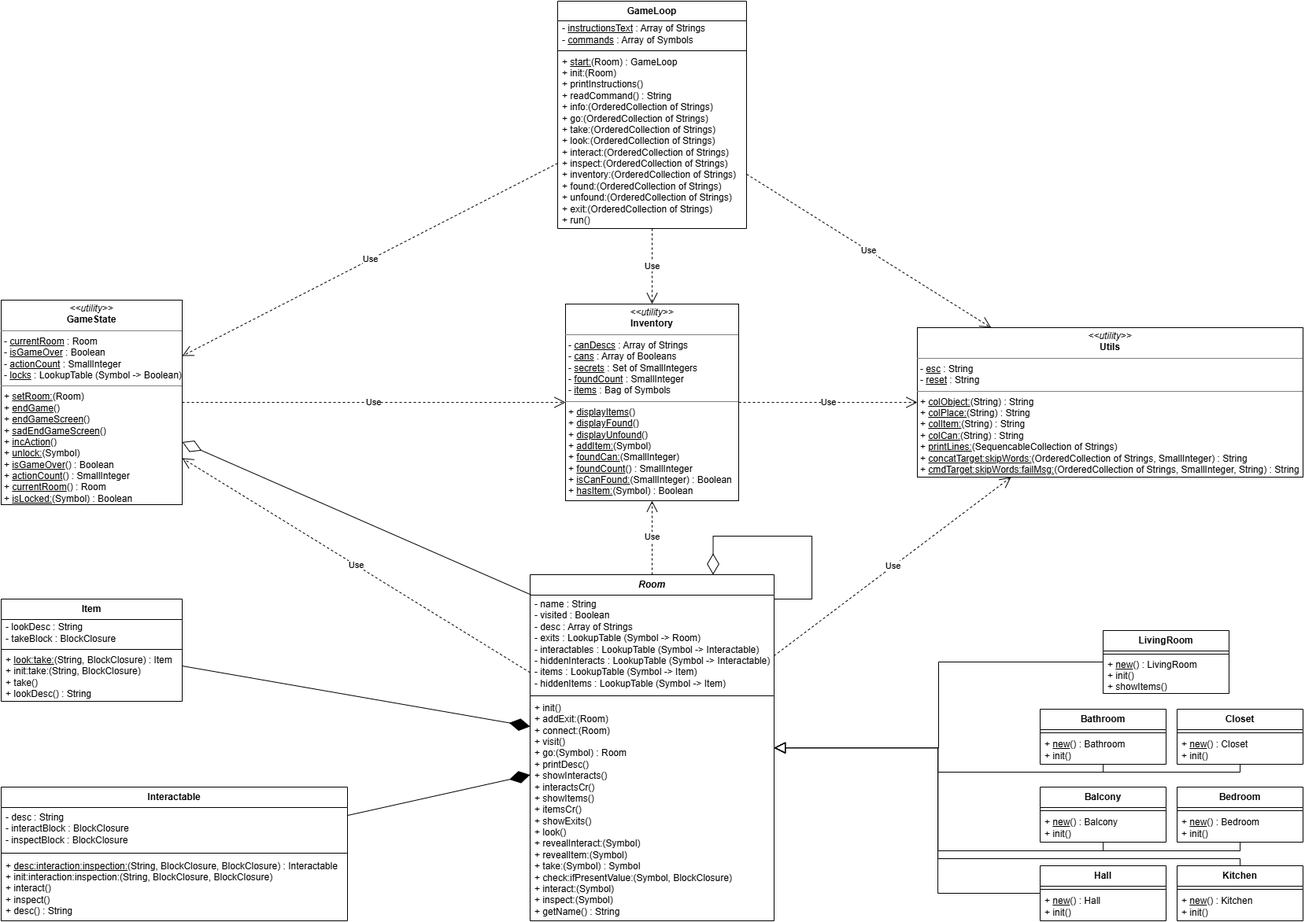
Earlier version of the draw.io export PARP_Diagram_Klas.png (Silent-Desktop/PARP26L-text-adventure). Source tidied: cells renumbered, new cells last; positions are measured from the earlier drawing's top-left corner, leaving out a move shared by most shapes.
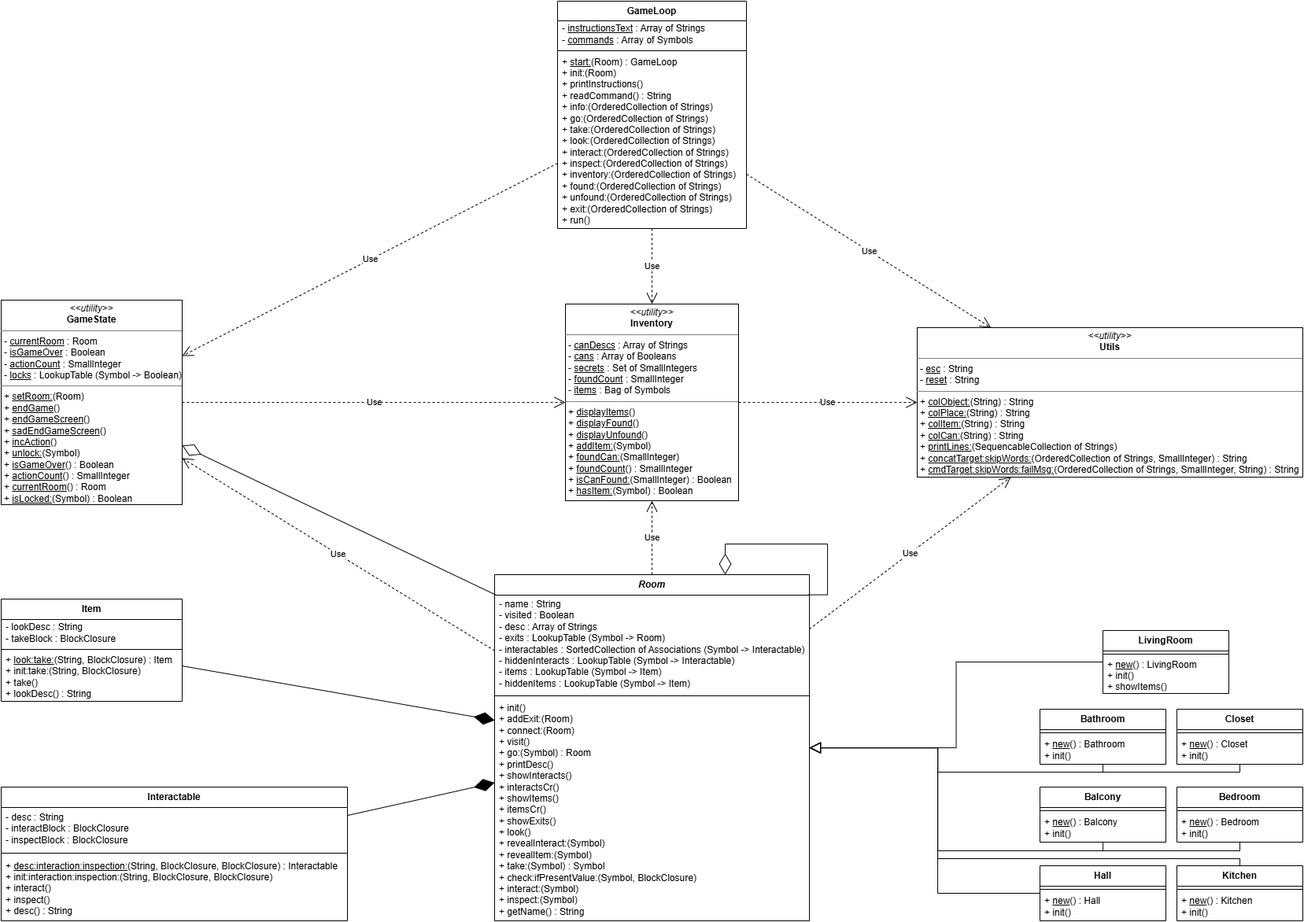
The same file after the commit.

Change to the diagram source:
```diff
@@ -48,23 +48,24 @@
       <mxGeometry y="68" width="230" height="62" as="geometry" />
     </mxCell>
     <mxCell id="17" value="&lt;i&gt;Room&lt;/i&gt;" style="swimlane;fontStyle=1;align=center;verticalAlign=middle;horizontal=1;startSize=26;whiteSpace=wrap;html=1;" parent="1" vertex="1">
-      <mxGeometry x="672" y="729" width="310" height="440" as="geometry" />
+      <mxGeometry x="627" y="729" width="400" height="440" as="geometry" />
     </mxCell>
-    <mxCell id="18" value="- name : String&lt;div&gt;- visited : Boolean&lt;/div&gt;&lt;div&gt;- desc : Array of Strings&lt;/div&gt;&lt;div&gt;- exits : LookupTable (Symbol -&amp;gt; Room)&lt;/div&gt;&lt;div&gt;- interactables : LookupTable (Symbol -&amp;gt; Interactable)&lt;/div&gt;&lt;div&gt;- hiddenInteracts : LookupTable (Symbol -&amp;gt; Interactable)&lt;/div&gt;&lt;div&gt;- items : LookupTable (Symbol -&amp;gt; Item)&lt;/div&gt;&lt;div&gt;- hiddenItems : LookupTable (Symbol -&amp;gt; Item)&lt;/div&gt;" style="text;strokeColor=none;fillColor=none;align=left;verticalAlign=middle;spacingLeft=4;spacingRight=4;overflow=hidden;points=[[0,0.5],[1,0.5]];portConstraint=eastwest;whiteSpace=wrap;html=1;" parent="17" vertex="1">
-      <mxGeometry y="26" width="310" height="124" as="geometry" />
+    <mxCell id="18" value="- name : String&lt;div&gt;- visited : Boolean&lt;/div&gt;&lt;div&gt;- desc : Array of Strings&lt;/div&gt;&lt;div&gt;- exits : LookupTable (Symbol -&amp;gt; Room)&lt;/div&gt;&lt;div&gt;- interactables : SortedCollection of Associations (Symbol -&amp;gt; Interactable)&lt;/div&gt;&lt;div&gt;- hiddenInteracts : LookupTable (Symbol -&amp;gt; Interactable)&lt;/div&gt;&lt;div&gt;- items : LookupTable (Symbol -&amp;gt; Item)&lt;/div&gt;&lt;div&gt;- hiddenItems : LookupTable (Symbol -&amp;gt; Item)&lt;/div&gt;" style="text;strokeColor=none;fillColor=none;align=left;verticalAlign=middle;spacingLeft=4;spacingRight=4;overflow=hidden;points=[[0,0.5],[1,0.5]];portConstraint=eastwest;whiteSpace=wrap;html=1;" parent="17" vertex="1">
+      <mxGeometry y="26" width="400" height="124" as="geometry" />
     </mxCell>
     <mxCell id="19" style="line;strokeWidth=1;fillColor=none;align=left;verticalAlign=middle;spacingTop=-1;spacingLeft=3;spacingRight=3;labelPosition=right;strokeColor=inherit;" parent="17" vertex="1">
-      <mxGeometry y="150" width="310" height="8" as="geometry" />
+      <mxGeometry y="150" width="400" height="8" as="geometry" />
     </mxCell>
     <mxCell id="20" value="+ init()&lt;div&gt;+ addExit:(Room)&lt;/div&gt;&lt;div&gt;+ connect:(Room)&lt;/div&gt;&lt;div&gt;+ visit()&lt;/div&gt;&lt;div&gt;+ go:(Symbol) : Room&lt;/div&gt;&lt;div&gt;+ printDesc()&lt;/div&gt;&lt;div&gt;+ showInteracts()&lt;/div&gt;&lt;div&gt;+ interactsCr()&lt;/div&gt;&lt;div&gt;+ showItems()&lt;/div&gt;&lt;div&gt;+ itemsCr()&lt;/div&gt;&lt;div&gt;+ showExits()&lt;/div&gt;&lt;div&gt;+ look()&lt;/div&gt;&lt;div&gt;+ revealInteract:(Symbol)&lt;/div&gt;&lt;div&gt;+ revealItem:(Symbol)&lt;/div&gt;&lt;div&gt;+ take:(Symbol) : Symbol&lt;/div&gt;&lt;div&gt;+ check:ifPresentValue:(Symbol, BlockClosure)&lt;/div&gt;&lt;div&gt;+ interact:(Symbol)&lt;/div&gt;&lt;div&gt;+ inspect:(Symbol)&lt;/div&gt;&lt;div&gt;+ getName() : String&lt;/div&gt;" style="text;strokeColor=none;fillColor=none;align=left;verticalAlign=middle;spacingLeft=4;spacingRight=4;overflow=hidden;whiteSpace=wrap;html=1;" parent="17" vertex="1">
-      <mxGeometry y="158" width="310" height="282" as="geometry" />
+      <mxGeometry y="158" width="400" height="282" as="geometry" />
     </mxCell>
-    <mxCell id="21" style="endArrow=diamondThin;endFill=0;endSize=24;html=1;rounded=0;edgeStyle=orthogonalEdgeStyle;entryX=0.75;entryY=0;entryDx=0;entryDy=0;" parent="17" edge="1" source="18" target="17">
+    <mxCell id="21" style="endArrow=diamondThin;endFill=0;endSize=24;html=1;rounded=0;edgeStyle=orthogonalEdgeStyle;exitX=0.997;exitY=-0.003;exitDx=0;exitDy=0;exitPerimeter=0;" parent="17" edge="1" source="18">
       <mxGeometry relative="1" as="geometry">
+        <mxPoint x="293" as="targetPoint" />
         <Array as="points">
-          <mxPoint x="358" y="31" />
-          <mxPoint x="358" y="-49" />
-          <mxPoint x="233" y="-49" />
+          <mxPoint x="423" y="26" />
+          <mxPoint x="423" y="-39" />
+          <mxPoint x="293" y="-39" />
         </Array>
       </mxGeometry>
     </mxCell>
```
